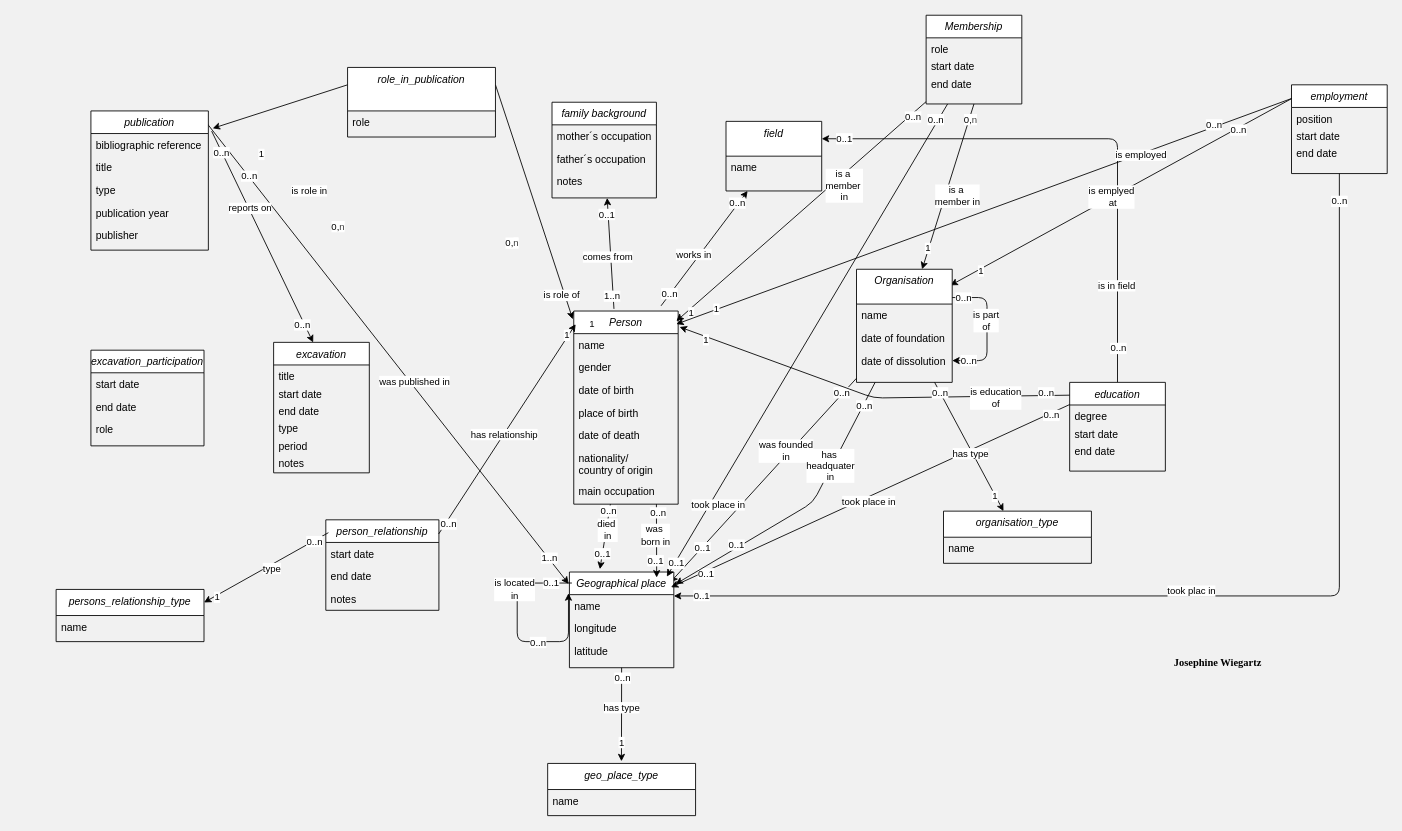
Before: documentation/MCD_to_database_example.drawio in josephine310/Archeaologists, a draw.io diagram. Source tidied: cells renumbered, new cells numbered last; positions are measured from the earlier drawing's top-left corner, leaving out a move shared by most shapes. Both pictures are drawn from the tidied source at 87%, with x=0, y=0 at pixel (56, 15).
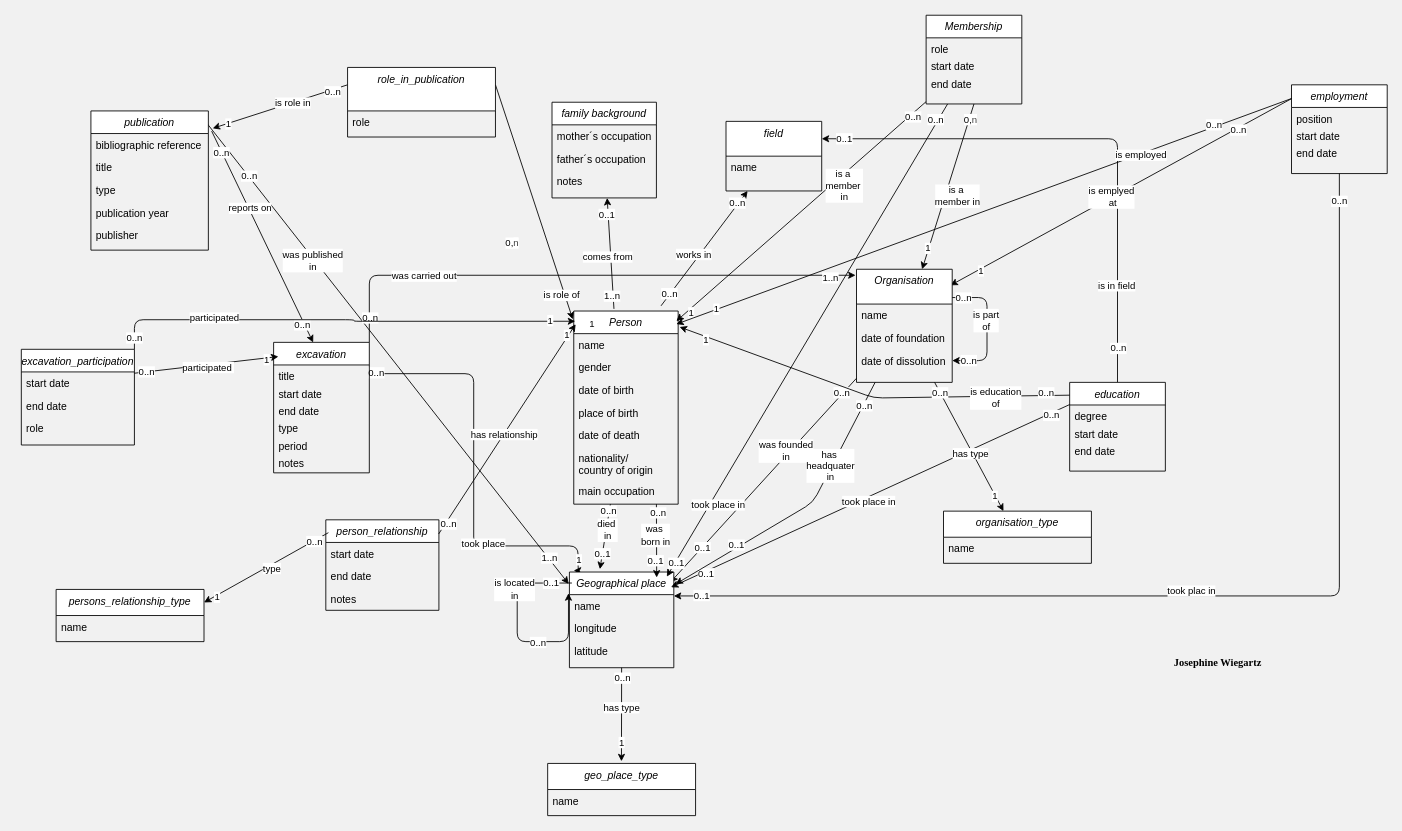
Above is the later version.

Unchanged cells that the change refers to:
```xml
<mxCell id="17" style="edgeStyle=none;jettySize=auto;html=1;exitX=0.987;exitY=0.088;exitDx=0;exitDy=0;exitPerimeter=0;entryX=-0.007;entryY=0.124;entryDx=0;entryDy=0;entryPerimeter=0;" parent="1" edge="1" source="68" target="60">
  <mxGeometry relative="1" as="geometry" />
</mxCell>
<mxCell id="21" style="edgeStyle=none;html=1;exitX=0;exitY=0.25;exitDx=0;exitDy=0;entryX=1.037;entryY=0.125;entryDx=0;entryDy=0;entryPerimeter=0;" parent="1" edge="1" source="74" target="68">
  <mxGeometry relative="1" as="geometry" />
</mxCell>
<mxCell id="23" value="Person" style="swimlane;fontStyle=2;align=center;verticalAlign=top;horizontal=1;startSize=26;rounded=0;shadow=0;strokeWidth=1;" parent="1" vertex="1">
  <mxGeometry x="595" y="340" width="120" height="222" as="geometry" />
</mxCell>
<mxCell id="37" value="Organisation" style="swimlane;fontStyle=2;align=center;verticalAlign=top;horizontal=1;startSize=40;rounded=0;shadow=0;strokeWidth=1;" parent="1" vertex="1">
  <mxGeometry x="920" y="292" width="110" height="130" as="geometry" />
</mxCell>
<mxCell id="50" style="endArrow=classic;html=1;exitX=0.5;exitY=1;exitDx=0;exitDy=0;" parent="1" edge="1" source="45" target="37">
  <mxGeometry x="0.14" y="-42" relative="1" as="geometry" />
</mxCell>
<mxCell id="60" value="Geographical place" style="swimlane;fontStyle=2;align=center;verticalAlign=top;horizontal=1;startSize=26;rounded=0;shadow=0;strokeWidth=1;" parent="1" vertex="1">
  <mxGeometry x="590" y="640" width="120" height="110" as="geometry" />
</mxCell>
<mxCell id="98" value="excavation" style="swimlane;fontStyle=2;align=center;verticalAlign=top;horizontal=1;startSize=26;rounded=0;shadow=0;strokeWidth=1;" parent="1" vertex="1">
  <mxGeometry x="250" y="376" width="110" height="150" as="geometry" />
</mxCell>
<mxCell id="99" value="title" style="text;align=left;verticalAlign=top;spacingLeft=4;spacingRight=4;overflow=hidden;points=[[0,0.5],[1,0.5]];portConstraint=eastwest;" parent="98" vertex="1">
  <mxGeometry y="26" width="110" height="20" as="geometry" />
</mxCell>
```

Change to the diagram source:
```diff
@@
+    <mxCell id="172" style="edgeStyle=orthogonalEdgeStyle;html=1;exitX=1;exitY=0.5;exitDx=0;exitDy=0;entryX=0.041;entryY=-0.015;entryDx=0;entryDy=0;entryPerimeter=0;" parent="1" edge="1" source="99" target="60">
+      <mxGeometry x="-0.02" relative="1" as="geometry">
+        <Array as="points">
+          <mxPoint x="480" y="412" />
+          <mxPoint x="480" y="610" />
+          <mxPoint x="600" y="610" />
+          <mxPoint x="600" y="638.4" />
+        </Array>
+      </mxGeometry>
+    </mxCell>
+    <mxCell id="173" value="took place" style="edgeLabel;html=1;align=center;verticalAlign=middle;" parent="172" vertex="1">
+      <mxGeometry x="0.39" y="3" relative="1" as="geometry" />
+    </mxCell>
+    <mxCell id="174" value="1" style="edgeLabel;html=1;align=center;verticalAlign=middle;" parent="172" vertex="1">
+      <mxGeometry x="0.92" relative="1" as="geometry" />
+    </mxCell>
+    <mxCell id="175" value="0..n" style="edgeLabel;html=1;align=center;verticalAlign=middle;" parent="172" vertex="1">
+      <mxGeometry x="-0.97" y="2" relative="1" as="geometry" />
+    </mxCell>
@@
-    <mxCell id="18" value="was published in" style="edgeLabel;html=1;align=center;verticalAlign=middle;" parent="17" vertex="1">
-      <mxGeometry x="0.13" y="4" relative="1" as="geometry" />
-    </mxCell>
@@
+    <mxCell id="18" value="was published&lt;div&gt;in&lt;/div&gt;" style="edgeLabel;html=1;align=center;verticalAlign=middle;" parent="17" vertex="1">
+      <mxGeometry x="-0.41" y="-2" relative="1" as="geometry" />
+    </mxCell>
@@
+    <mxCell id="57" value="is role in" style="edgeLabel;html=1;align=center;verticalAlign=middle;" parent="21" vertex="1">
+      <mxGeometry x="-0.18" relative="1" as="geometry" />
+    </mxCell>
+    <mxCell id="176" value="0..n" style="edgeLabel;html=1;align=center;verticalAlign=middle;" parent="21" vertex="1">
+      <mxGeometry x="-0.77" y="1" relative="1" as="geometry">
+        <mxPoint y="1" as="offset" />
+      </mxGeometry>
+    </mxCell>
+    <mxCell id="177" value="1" style="edgeLabel;html=1;align=center;verticalAlign=middle;" parent="21" vertex="1">
+      <mxGeometry x="0.77" relative="1" as="geometry" />
+    </mxCell>
@@
-    <mxCell id="57" value="is role in" style="edgeLabel;html=1;align=center;verticalAlign=middle;" parent="50" vertex="1">
-      <mxGeometry relative="1" as="geometry">
-        <mxPoint x="-735" y="4" as="offset" />
-      </mxGeometry>
-    </mxCell>
-    <mxCell id="58" value="0,&lt;span style=&quot;color: rgb(63, 63, 63); background-color: light-dark(#ffffff, var(--ge-dark-color, #121212));&quot;&gt;n&lt;/span&gt;" style="edgeLabel;html=1;align=center;verticalAlign=middle;" parent="50" vertex="1">
-      <mxGeometry x="-0.82" y="1" relative="1" as="geometry">
-        <mxPoint x="-727" y="123" as="offset" />
-      </mxGeometry>
-    </mxCell>
-    <mxCell id="59" value="1" style="edgeLabel;html=1;align=center;verticalAlign=middle;" parent="50" vertex="1">
-      <mxGeometry x="0.75" y="-1" relative="1" as="geometry">
-        <mxPoint x="-766" y="-108" as="offset" />
-      </mxGeometry>
-    </mxCell>
@@
     <mxCell id="106" value="excavation_participation" style="swimlane;fontStyle=2;align=center;verticalAlign=top;horizontal=1;startSize=26;rounded=0;shadow=0;strokeWidth=1;" parent="1" vertex="1">
-      <mxGeometry x="40" y="385" width="130" height="110" as="geometry" />
+      <mxGeometry x="-40" y="384" width="130" height="110" as="geometry" />
     </mxCell>
@@
+    <mxCell id="178" style="html=1;exitX=1;exitY=0.25;exitDx=0;exitDy=0;entryX=0.05;entryY=0.109;entryDx=0;entryDy=0;entryPerimeter=0;" parent="1" edge="1" source="106" target="98">
+      <mxGeometry relative="1" as="geometry" />
+    </mxCell>
+    <mxCell id="179" value="participated&amp;nbsp;" style="edgeLabel;html=1;align=center;verticalAlign=middle;" parent="178" vertex="1">
+      <mxGeometry x="0.02" y="-3" relative="1" as="geometry" />
+    </mxCell>
+    <mxCell id="180" value="0..n" style="edgeLabel;html=1;align=center;verticalAlign=middle;" parent="178" vertex="1">
+      <mxGeometry x="-0.83" relative="1" as="geometry" />
+    </mxCell>
+    <mxCell id="181" value="1" style="edgeLabel;html=1;align=center;verticalAlign=middle;" parent="178" vertex="1">
+      <mxGeometry x="0.82" y="-1" relative="1" as="geometry" />
+    </mxCell>
+    <mxCell id="182" style="edgeStyle=orthogonalEdgeStyle;html=1;exitX=1;exitY=0;exitDx=0;exitDy=0;entryX=-0.01;entryY=0.053;entryDx=0;entryDy=0;entryPerimeter=0;" parent="1" edge="1" source="98" target="37">
+      <mxGeometry relative="1" as="geometry" />
+    </mxCell>
+    <mxCell id="183" value="was carried out" style="edgeLabel;html=1;align=center;verticalAlign=middle;" parent="182" vertex="1">
+      <mxGeometry x="-0.56" y="-1" relative="1" as="geometry" />
+    </mxCell>
+    <mxCell id="184" value="1..n" style="edgeLabel;html=1;align=center;verticalAlign=middle;" parent="182" vertex="1">
+      <mxGeometry x="0.91" y="-3" relative="1" as="geometry" />
+    </mxCell>
+    <mxCell id="185" value="0..n" style="edgeLabel;html=1;align=center;verticalAlign=middle;" parent="182" vertex="1">
+      <mxGeometry x="-0.91" relative="1" as="geometry" />
+    </mxCell>
+    <mxCell id="186" style="edgeStyle=orthogonalEdgeStyle;html=1;exitX=1;exitY=0;exitDx=0;exitDy=0;entryX=0.014;entryY=0.053;entryDx=0;entryDy=0;entryPerimeter=0;" parent="1" edge="1" source="106" target="23">
+      <mxGeometry relative="1" as="geometry">
+        <Array as="points">
+          <mxPoint x="90" y="350" />
+          <mxPoint x="342.5" y="350" />
+          <mxPoint x="342.5" y="351.8" />
+        </Array>
+      </mxGeometry>
+    </mxCell>
+    <mxCell id="187" value="1" style="edgeLabel;html=1;align=center;verticalAlign=middle;" parent="186" vertex="1">
+      <mxGeometry x="0.89" y="1" relative="1" as="geometry" />
+    </mxCell>
+    <mxCell id="188" value="participated" style="edgeLabel;html=1;align=center;verticalAlign=middle;" parent="186" vertex="1">
+      <mxGeometry x="-0.54" y="3" relative="1" as="geometry" />
+    </mxCell>
+    <mxCell id="189" value="0..n" style="edgeLabel;html=1;align=center;verticalAlign=middle;" parent="186" vertex="1">
+      <mxGeometry x="-0.95" y="1" relative="1" as="geometry" />
+    </mxCell>
```
